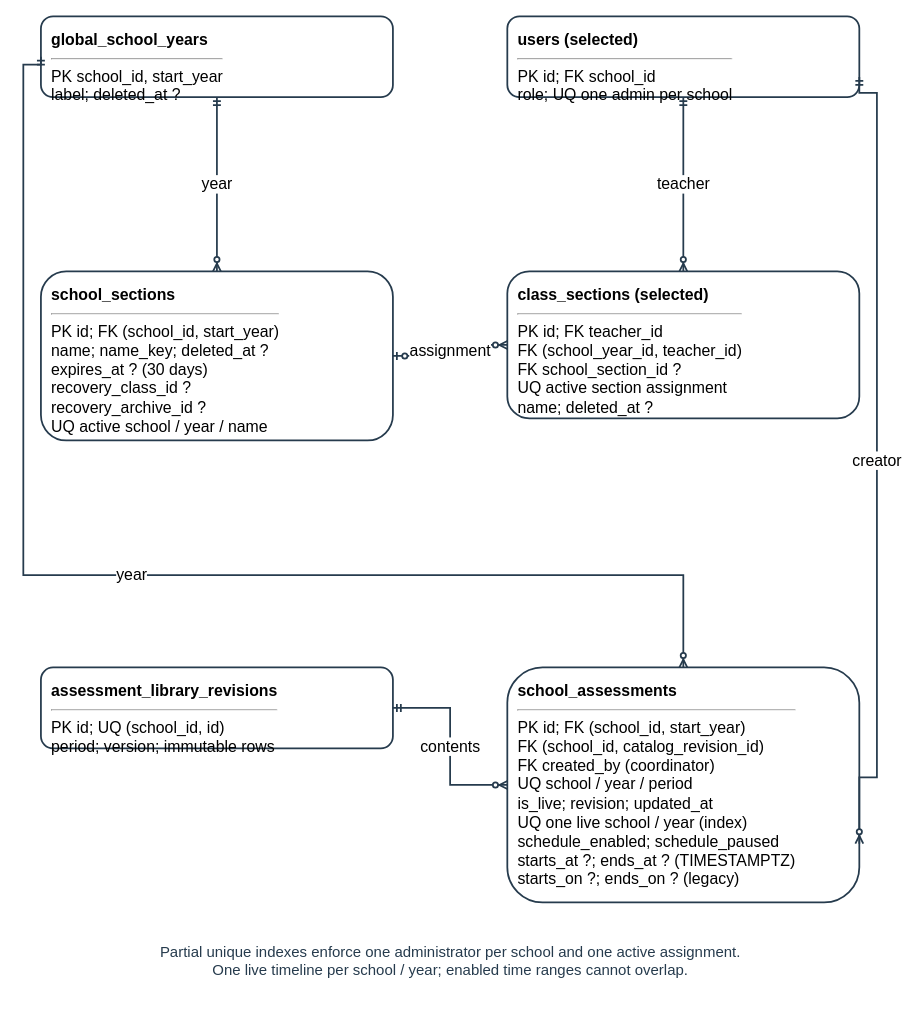
This is docs/diagrams/class-workspaces/figure-26c-school-flow-erd.drawio from AkuSayangKamuJudaSayang/crl-app, a draw.io file, before an edit. Source tidied: cells renumbered, new cells numbered last; positions are measured from the earlier drawing's top-left corner, leaving out a move shared by most shapes. Both pictures are drawn from the tidied source at 88%, with x=0, y=0 at pixel (23, 16).
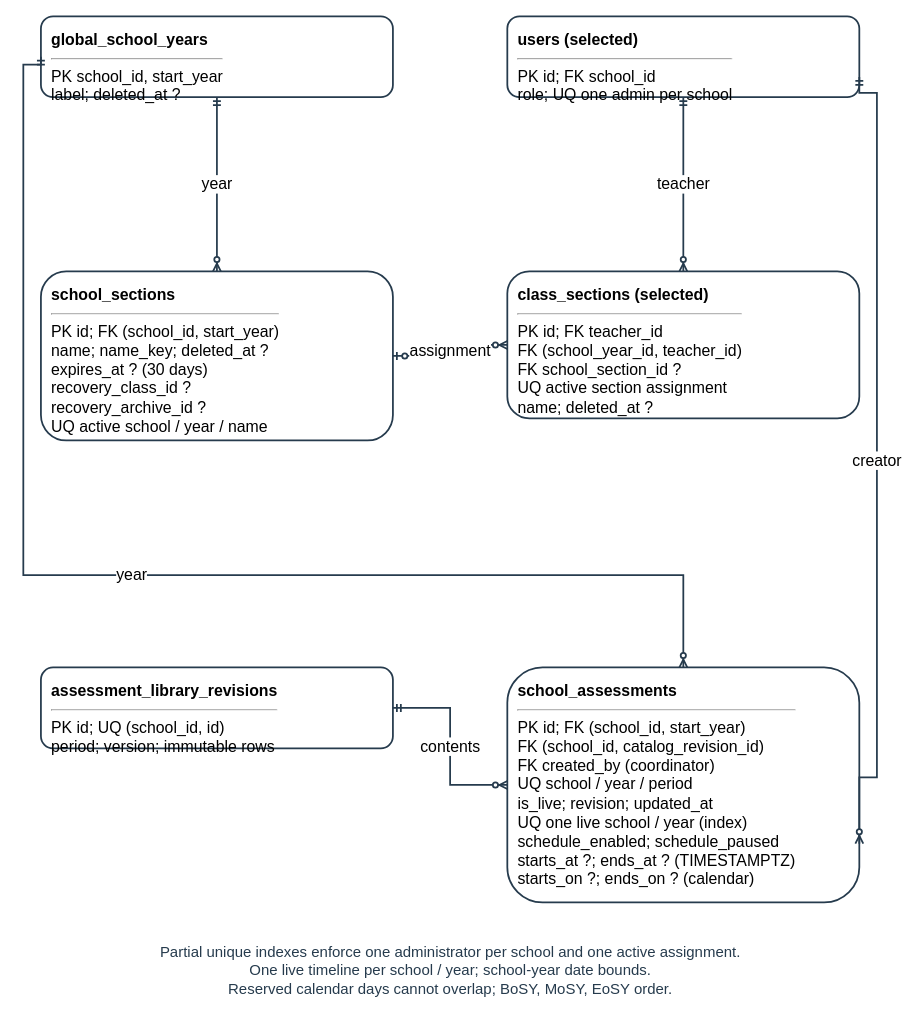
The same page after the edit.

The edit, as a diff of the source:
```diff
@@
 <mxGraphModel>
   <root>
     <mxCell id="0" />
     <mxCell id="1" parent="0" />
-    <mxCell id="2" value="Partial unique indexes enforce one administrator per school and one active assignment.&lt;br&gt;One live timeline per school / year; enabled time ranges cannot overlap." style="text;html=1;align=center;verticalAlign=top;fontSize=17;fontColor=#263b4d;fontStyle=0;strokeColor=none;fillColor=none;" parent="1" vertex="1">
-      <mxGeometry x="185" y="1048" width="600" height="40.8" as="geometry" />
+    <mxCell id="2" value="Partial unique indexes enforce one administrator per school and one active assignment.&lt;br&gt;One live timeline per school / year; school-year date bounds.&lt;br&gt;Reserved calendar days cannot overlap; BoSY, MoSY, EoSY order." style="text;html=1;align=center;verticalAlign=top;fontSize=17;fontColor=#263b4d;fontStyle=0;strokeColor=none;fillColor=none;" parent="1" vertex="1">
+      <mxGeometry x="185" y="1048" width="600" height="61.2" as="geometry" />
     </mxCell>
     <mxCell id="3" value="&lt;b&gt;global_school_years&lt;/b&gt;&lt;br&gt;&lt;hr&gt;PK school_id, start_year&lt;br&gt;label; deleted_at ?" style="rounded=1;html=1;whiteSpace=wrap;fillColor=#ffffff;strokeColor=#263b4d;strokeWidth=2;align=left;verticalAlign=top;spacing=12;fontSize=18;" parent="1" vertex="1">
       <mxGeometry x="20" width="400" height="92" as="geometry" />
     </mxCell>
     <mxCell id="4" value="&lt;b&gt;users (selected)&lt;/b&gt;&lt;br&gt;&lt;hr&gt;PK id; FK school_id&lt;br&gt;role; UQ one admin per school" style="rounded=1;html=1;whiteSpace=wrap;fillColor=#ffffff;strokeColor=#263b4d;strokeWidth=2;align=left;verticalAlign=top;spacing=12;fontSize=18;" parent="1" vertex="1">
       <mxGeometry x="550" width="400" height="92" as="geometry" />
     </mxCell>
     <mxCell id="5" value="&lt;b&gt;school_sections&lt;/b&gt;&lt;br&gt;&lt;hr&gt;PK id; FK (school_id, start_year)&lt;br&gt;name; name_key; deleted_at ?&lt;br&gt;expires_at ? (30 days)&lt;br&gt;recovery_class_id ?&lt;br&gt;recovery_archive_id ?&lt;br&gt;UQ active school / year / name" style="rounded=1;html=1;whiteSpace=wrap;fillColor=#ffffff;strokeColor=#263b4d;strokeWidth=2;align=left;verticalAlign=top;spacing=12;fontSize=18;" parent="1" vertex="1">
       <mxGeometry x="20" y="290" width="400" height="192" as="geometry" />
     </mxCell>
     <mxCell id="6" value="&lt;b&gt;class_sections (selected)&lt;/b&gt;&lt;br&gt;&lt;hr&gt;PK id; FK teacher_id&lt;br&gt;FK (school_year_id, teacher_id)&lt;br&gt;FK school_section_id ?&lt;br&gt;UQ active section assignment&lt;br&gt;name; deleted_at ?" style="rounded=1;html=1;whiteSpace=wrap;fillColor=#ffffff;strokeColor=#263b4d;strokeWidth=2;align=left;verticalAlign=top;spacing=12;fontSize=18;" parent="1" vertex="1">
       <mxGeometry x="550" y="290" width="400" height="167" as="geometry" />
     </mxCell>
     <mxCell id="7" value="&lt;b&gt;assessment_library_revisions&lt;/b&gt;&lt;br&gt;&lt;hr&gt;PK id; UQ (school_id, id)&lt;br&gt;period; version; immutable rows" style="rounded=1;html=1;whiteSpace=wrap;fillColor=#ffffff;strokeColor=#263b4d;strokeWidth=2;align=left;verticalAlign=top;spacing=12;fontSize=18;" parent="1" vertex="1">
       <mxGeometry x="20" y="740" width="400" height="92" as="geometry" />
     </mxCell>
-    <mxCell id="8" value="&lt;b&gt;school_assessments&lt;/b&gt;&lt;br&gt;&lt;hr&gt;PK id; FK (school_id, start_year)&lt;br&gt;FK (school_id, catalog_revision_id)&lt;br&gt;FK created_by (coordinator)&lt;br&gt;UQ school / year / period&lt;br&gt;is_live; revision; updated_at&lt;br&gt;UQ one live school / year (index)&lt;br&gt;schedule_enabled; schedule_paused&lt;br&gt;starts_at ?; ends_at ? (TIMESTAMPTZ)&lt;br&gt;starts_on ?; ends_on ? (legacy)" style="rounded=1;html=1;whiteSpace=wrap;fillColor=#ffffff;strokeColor=#263b4d;strokeWidth=2;align=left;verticalAlign=top;spacing=12;fontSize=18;" parent="1" vertex="1">
+    <mxCell id="8" value="&lt;b&gt;school_assessments&lt;/b&gt;&lt;br&gt;&lt;hr&gt;PK id; FK (school_id, start_year)&lt;br&gt;FK (school_id, catalog_revision_id)&lt;br&gt;FK created_by (coordinator)&lt;br&gt;UQ school / year / period&lt;br&gt;is_live; revision; updated_at&lt;br&gt;UQ one live school / year (index)&lt;br&gt;schedule_enabled; schedule_paused&lt;br&gt;starts_at ?; ends_at ? (TIMESTAMPTZ)&lt;br&gt;starts_on ?; ends_on ? (calendar)" style="rounded=1;html=1;whiteSpace=wrap;fillColor=#ffffff;strokeColor=#263b4d;strokeWidth=2;align=left;verticalAlign=top;spacing=12;fontSize=18;" parent="1" vertex="1">
       <mxGeometry x="550" y="740" width="400" height="267" as="geometry" />
     </mxCell>
     <mxCell id="9" value="year" style="edgeStyle=orthogonalEdgeStyle;rounded=0;html=1;endArrow=none;strokeColor=#263b4d;strokeWidth=2;exitX=0.5;exitY=1;entryX=0.5;entryY=0;fontSize=18;labelBackgroundColor=#ffffff;startArrow=ERmandOne;endArrow=ERzeroToMany;" parent="1" edge="1" source="3" target="5">
       <mxGeometry relative="1" as="geometry" />
     </mxCell>
     <mxCell id="10" value="teacher" style="edgeStyle=orthogonalEdgeStyle;rounded=0;html=1;endArrow=none;strokeColor=#263b4d;strokeWidth=2;exitX=0.5;exitY=1;entryX=0.5;entryY=0;fontSize=18;labelBackgroundColor=#ffffff;startArrow=ERmandOne;endArrow=ERzeroToMany;" parent="1" edge="1" source="4" target="6">
       <mxGeometry relative="1" as="geometry" />
     </mxCell>
     <mxCell id="11" value="assignment" style="edgeStyle=orthogonalEdgeStyle;rounded=0;html=1;endArrow=none;strokeColor=#263b4d;strokeWidth=2;exitX=1;exitY=0.5;entryX=0;entryY=0.5;fontSize=18;labelBackgroundColor=#ffffff;startArrow=ERzeroToOne;endArrow=ERzeroToMany;" parent="1" edge="1" source="5" target="6">
       <mxGeometry relative="1" as="geometry" />
     </mxCell>
     <mxCell id="12" value="contents" style="edgeStyle=orthogonalEdgeStyle;rounded=0;html=1;endArrow=none;strokeColor=#263b4d;strokeWidth=2;exitX=1;exitY=0.5;entryX=0;entryY=0.5;fontSize=18;labelBackgroundColor=#ffffff;startArrow=ERmandOne;endArrow=ERzeroToMany;" parent="1" edge="1" source="7" target="8">
       <mxGeometry relative="1" as="geometry" />
     </mxCell>
     <mxCell id="13" value="year" style="edgeStyle=orthogonalEdgeStyle;rounded=0;html=1;endArrow=none;strokeColor=#263b4d;strokeWidth=2;exitX=0;exitY=0.5;entryX=0.5;entryY=0;fontSize=18;labelBackgroundColor=#ffffff;startArrow=ERmandOne;endArrow=ERzeroToMany;" parent="1" edge="1" source="3" target="8">
       <mxGeometry relative="1" as="geometry">
         <Array as="points">
           <mxPoint y="55" />
           <mxPoint y="635" />
           <mxPoint x="750" y="635" />
         </Array>
       </mxGeometry>
     </mxCell>
     <mxCell id="14" value="creator" style="edgeStyle=orthogonalEdgeStyle;rounded=0;html=1;endArrow=none;strokeColor=#263b4d;strokeWidth=2;exitX=1;exitY=0.75;entryX=1;entryY=0.75;fontSize=18;labelBackgroundColor=#ffffff;startArrow=ERmandOne;endArrow=ERzeroToMany;" parent="1" edge="1" source="4" target="8">
       <mxGeometry relative="1" as="geometry">
         <Array as="points">
           <mxPoint x="970" y="87" />
           <mxPoint x="970" y="865" />
         </Array>
       </mxGeometry>
     </mxCell>
   </root>
 </mxGraphModel>
```
